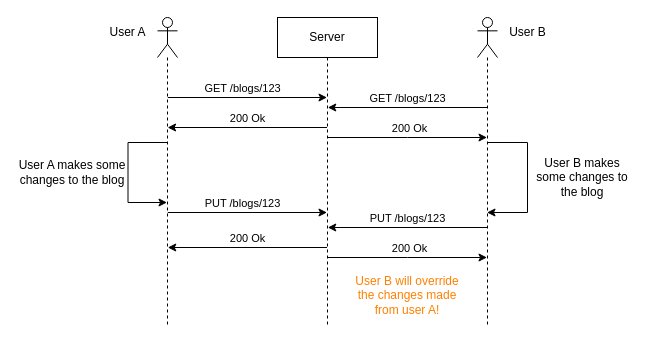
Before: page "Without ETag" (2 of 4) of public/blogs/rest-api-etag/REST API - ETag Header.drawio in DLabbate/portfolio, a draw.io diagram. Source tidied: cells renumbered, new cells numbered last; positions are measured from the earlier drawing's top-left corner, leaving out a move shared by most shapes. Both pictures are drawn from the tidied source at 100%, with x=0, y=0 at pixel (17, 17).
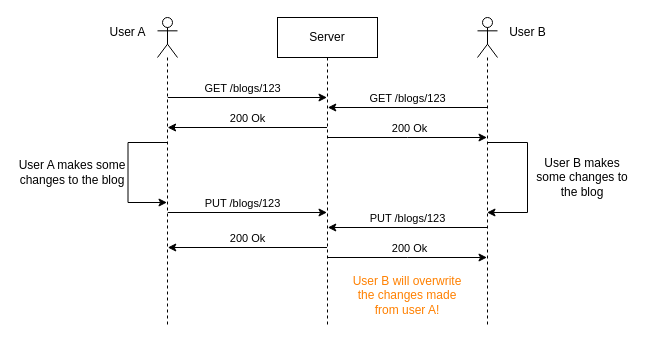
Above is the later version.

Change to the diagram source:
```diff
@@
-    <mxCell id="15" value="&lt;font color=&quot;#ff8000&quot;&gt;User B will override the changes made from user A!&lt;/font&gt;" style="text;html=1;align=center;verticalAlign=middle;whiteSpace=wrap;rounded=0;fontFamily=Space Mono;fontColor=#EA6B66;labelBackgroundColor=none;" parent="1" vertex="1">
+    <mxCell id="15" value="&lt;font color=&quot;#ff8000&quot;&gt;User B will overwrite the changes made from user A!&lt;/font&gt;" style="text;html=1;align=center;verticalAlign=middle;whiteSpace=wrap;rounded=0;fontFamily=Space Mono;fontColor=#EA6B66;labelBackgroundColor=none;" parent="1" vertex="1">
       <mxGeometry x="330" y="240" width="120" height="75" as="geometry" />
     </mxCell>
```
